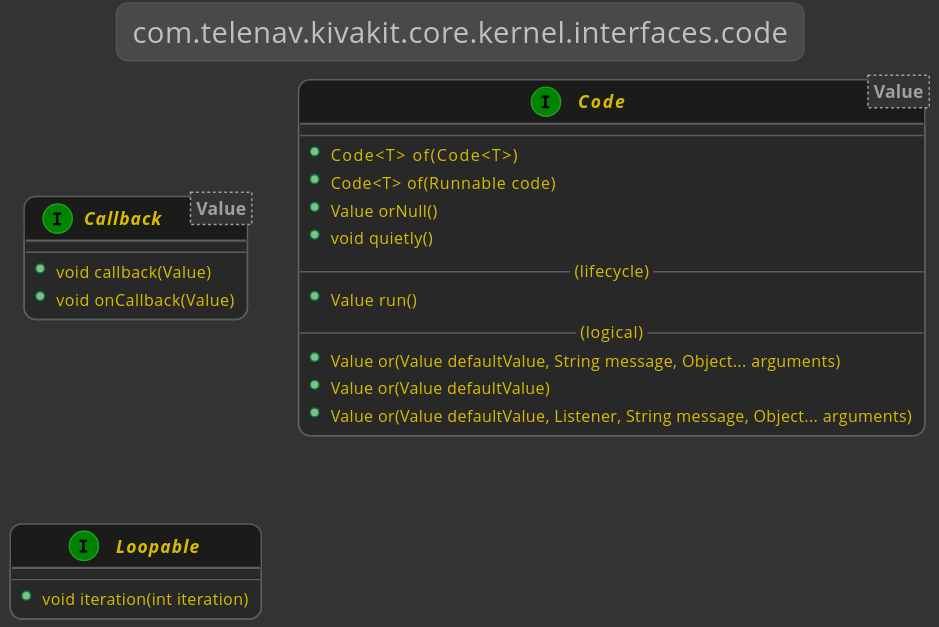
Before: kivakit-core/kernel/documentation/diagrams/com.telenav.kivakit.core.kernel.interfaces.code.svg, a diagram exported from PlantUML (Telenav/kivakit). Source of this version:
```plantuml
@startuml

    !include ../lexakai/lexakai.theme

    title "com.telenav.kivakit.core.kernel.interfaces.code"

    interface Callback<Value>
    {
        --
        +void callback(Value)
        +void onCallback(Value)
    }

    interface Code<Value>
    {
        --
        +Code<T> of(Code<T>)
        +Code<T> of(Runnable code)
        +Value orNull()
        +void quietly()
        --(lifecycle)--
        +Value run()
        --(logical)--
        +Value or(Value defaultValue, String message, Object... arguments)
        +Value or(Value defaultValue)
        +Value or(Value defaultValue, Listener, String message, Object... arguments)
    }

    interface Loopable
    {
        --
        +void iteration(int iteration)
    }

@enduml
```
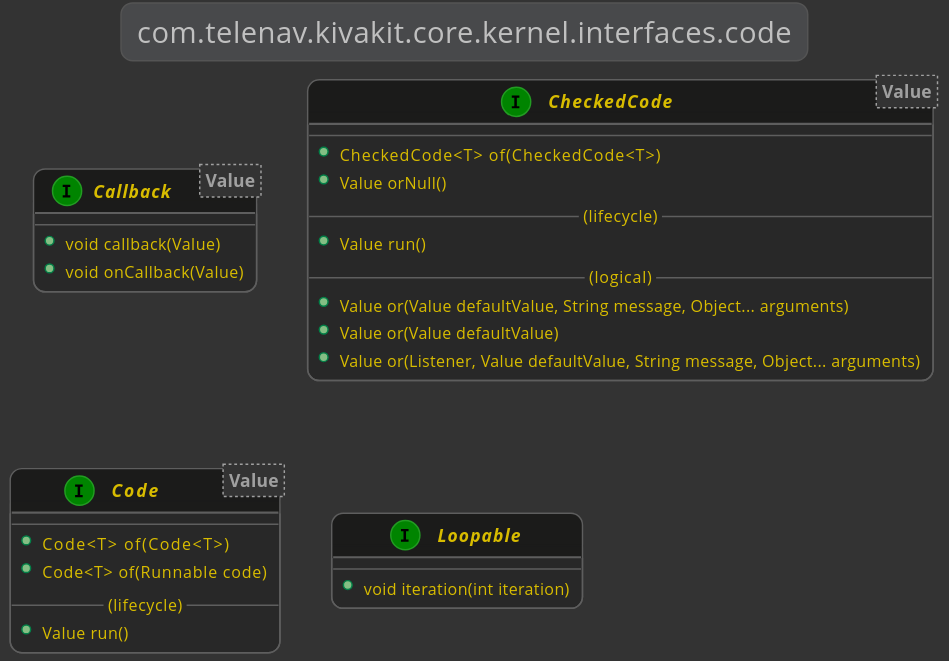
After the change.

What changed in the source:
```diff
@@ -11,19 +11,26 @@
         +void onCallback(Value)
     }
 
+    interface CheckedCode<Value>
+    {
+        --
+        +CheckedCode<T> of(CheckedCode<T>)
+        +Value orNull()
+        --(lifecycle)--
+        +Value run()
+        --(logical)--
+        +Value or(Value defaultValue, String message, Object... arguments)
+        +Value or(Value defaultValue)
+        +Value or(Listener, Value defaultValue, String message, Object... arguments)
+    }
+
     interface Code<Value>
     {
         --
         +Code<T> of(Code<T>)
         +Code<T> of(Runnable code)
-        +Value orNull()
-        +void quietly()
         --(lifecycle)--
         +Value run()
-        --(logical)--
-        +Value or(Value defaultValue, String message, Object... arguments)
-        +Value or(Value defaultValue)
-        +Value or(Value defaultValue, Listener, String message, Object... arguments)
     }
 
     interface Loopable
```
